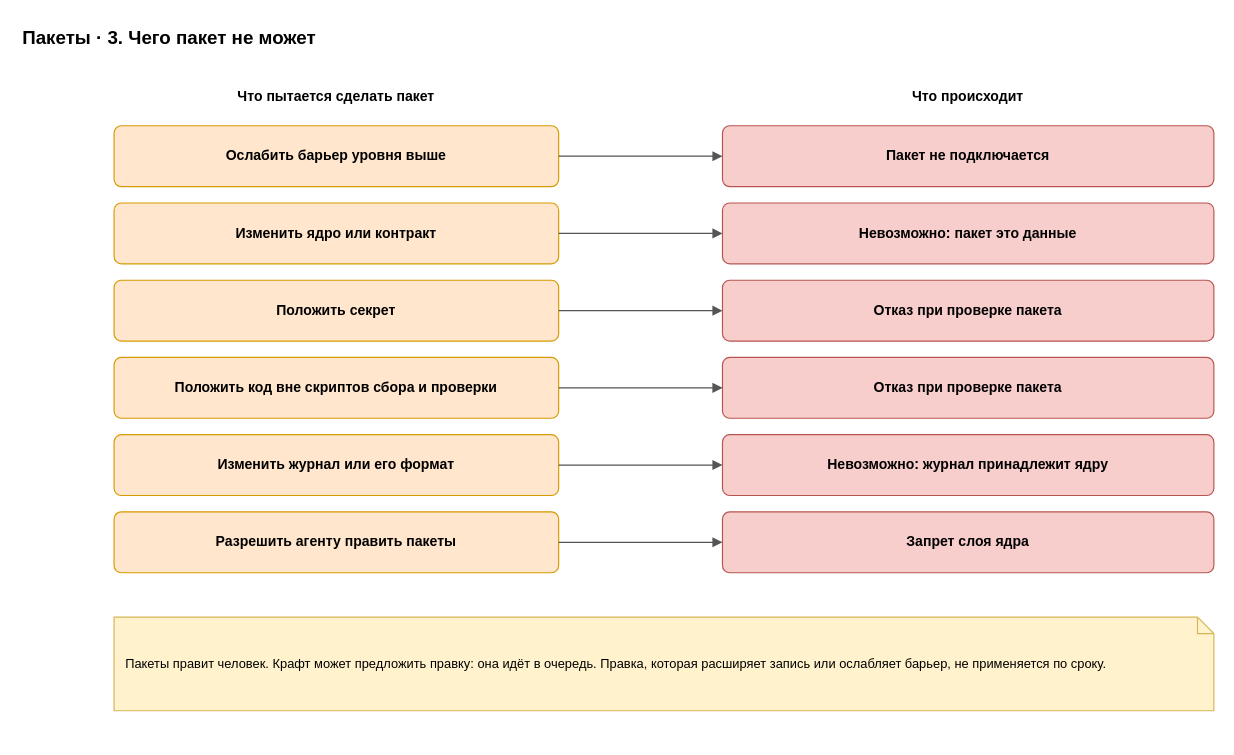
Before: page "3. Границы" (3 of 5) of docs/spec/harness-packs.drawio in roygkov/reins, a draw.io diagram. Source tidied: cells renumbered, new cells numbered last; positions are measured from the earlier drawing's top-left corner, leaving out a move shared by most shapes. Both pictures are drawn from the tidied source at 117%, with x=0, y=0 at pixel (20, 20).
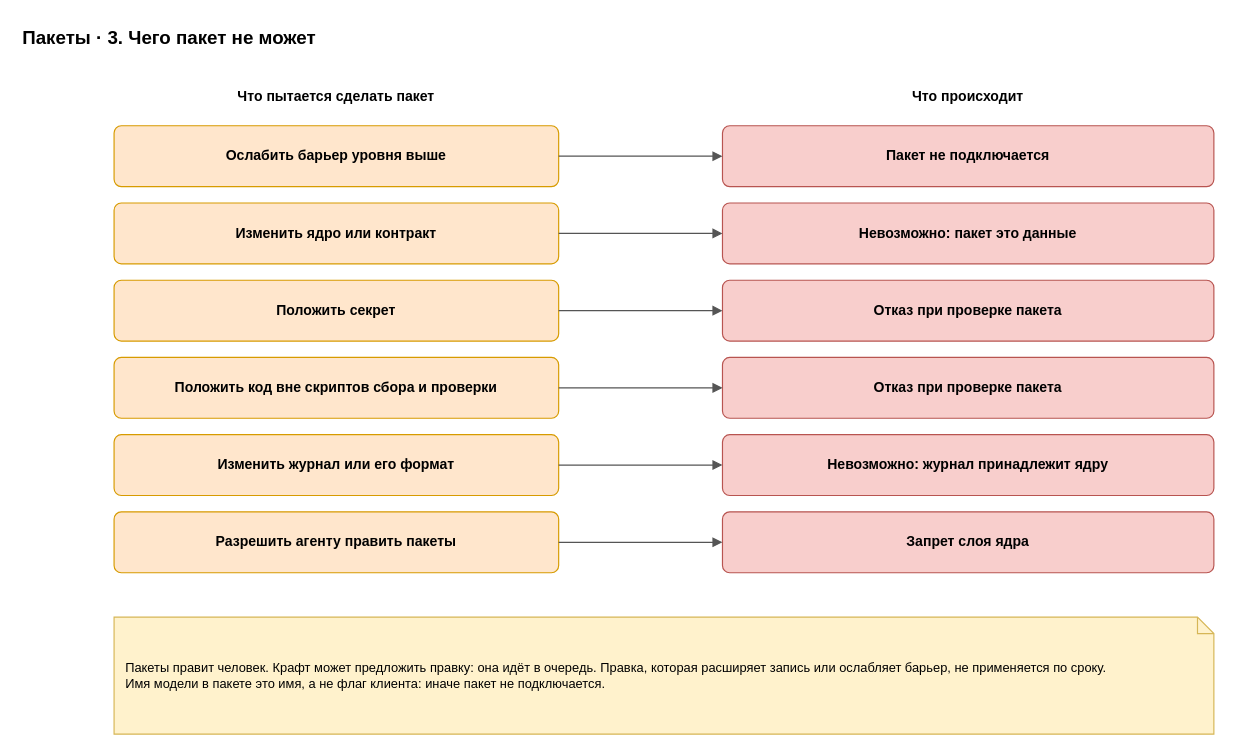
The same diagram, later.

What changed in the source:
```diff
@@
-    <mxCell id="23" value="Пакеты правит человек. Крафт может предложить правку: она идёт в очередь. Правка, которая расширяет запись или ослабляет барьер, не применяется по сроку." style="shape=note;whiteSpace=wrap;html=1;backgroundOutline=1;size=14;fillColor=#fff2cc;strokeColor=#d6b656;align=left;spacingLeft=8;spacingRight=8;fontSize=11;" parent="1" vertex="1">
-      <mxGeometry x="80" y="510" width="940" height="80" as="geometry" />
+    <mxCell id="23" value="Пакеты правит человек. Крафт может предложить правку: она идёт в очередь. Правка, которая расширяет запись или ослабляет барьер, не применяется по сроку.&lt;br&gt;Имя модели в пакете это имя, а не флаг клиента: иначе пакет не подключается." style="shape=note;whiteSpace=wrap;html=1;backgroundOutline=1;size=14;fillColor=#fff2cc;strokeColor=#d6b656;align=left;spacingLeft=8;spacingRight=8;fontSize=11;" parent="1" vertex="1">
+      <mxGeometry x="80" y="510" width="940" height="100" as="geometry" />
     </mxCell>
```
